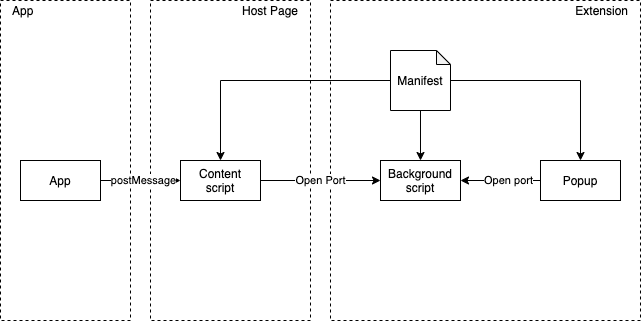
This is docs/extension-communication.png from dxos/dxos, a draw.io export, as it was before one commit. Source tidied: cells renumbered, new cells last; positions are measured from the earlier drawing's top-left corner, leaving out a move shared by most shapes.
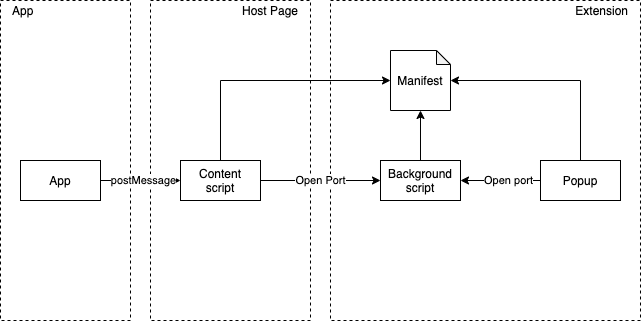
The same diagram one commit later.

The edit, as a diff of the source:
```diff
@@ -14,13 +14,13 @@
     <mxCell id="5" value="Extension" style="text;html=1;strokeColor=none;fillColor=none;align=right;verticalAlign=middle;whiteSpace=wrap;rounded=0;dashed=1;" parent="1" vertex="1">
       <mxGeometry x="520" width="110" height="20" as="geometry" />
     </mxCell>
-    <mxCell id="6" style="edgeStyle=orthogonalEdgeStyle;rounded=0;jettySize=auto;html=1;" parent="1" edge="1" source="9" target="10">
+    <mxCell id="6" style="edgeStyle=orthogonalEdgeStyle;rounded=0;jettySize=auto;html=1;startArrow=classic;startFill=1;endArrow=none;endFill=0;" parent="1" edge="1" source="9" target="10">
       <mxGeometry relative="1" as="geometry" />
     </mxCell>
-    <mxCell id="7" style="edgeStyle=orthogonalEdgeStyle;rounded=0;jettySize=auto;html=1;" parent="1" edge="1" source="9" target="12">
+    <mxCell id="7" style="edgeStyle=orthogonalEdgeStyle;rounded=0;jettySize=auto;html=1;startArrow=classic;startFill=1;endArrow=none;endFill=0;" parent="1" edge="1" source="9" target="12">
       <mxGeometry relative="1" as="geometry" />
     </mxCell>
-    <mxCell id="8" style="edgeStyle=orthogonalEdgeStyle;rounded=0;jettySize=auto;html=1;" parent="1" edge="1" source="9" target="17">
+    <mxCell id="8" style="edgeStyle=orthogonalEdgeStyle;rounded=0;jettySize=auto;html=1;endArrow=none;endFill=0;startArrow=classic;startFill=1;" parent="1" edge="1" source="9" target="17">
       <mxGeometry relative="1" as="geometry" />
     </mxCell>
     <mxCell id="9" value="Manifest" style="shape=note;whiteSpace=wrap;html=1;backgroundOutline=1;darkOpacity=0.05;size=14;" parent="1" vertex="1">
```
